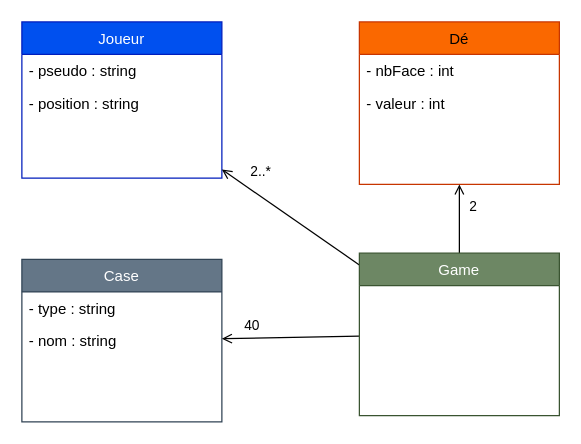
Before: Diagramme/Iteration1.drawio in Stephanethr/TPMonopoli, a draw.io diagram. Source tidied: cells renumbered, new cells numbered last; positions are measured from the earlier drawing's top-left corner, leaving out a move shared by most shapes. Both pictures are drawn from the tidied source at 125%, with x=0, y=0 at pixel (21, 21).
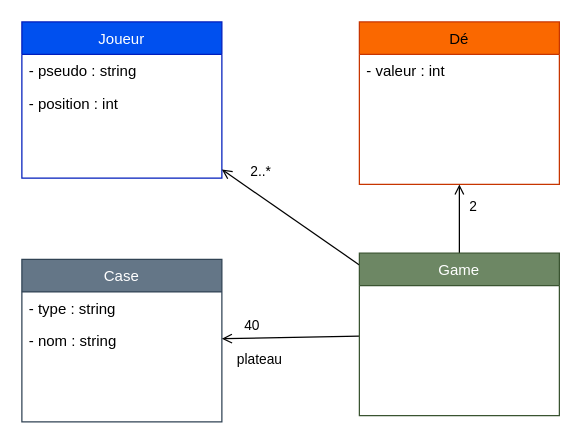
The same diagram, later.

The change refers to these unchanged cells:
```xml
<mxCell id="5" value="Dé" style="swimlane;fontStyle=0;align=center;verticalAlign=top;horizontal=1;startSize=26;rounded=0;shadow=0;strokeWidth=1;fillColor=#fa6800;strokeColor=#C73500;fontColor=#000000;" parent="1" vertex="1">
  <mxGeometry x="270" width="160" height="130" as="geometry" />
</mxCell>
<mxCell id="8" value="Joueur" style="swimlane;fontStyle=0;align=center;verticalAlign=top;horizontal=1;startSize=26;rounded=0;shadow=0;strokeWidth=1;fillColor=#0050ef;fontColor=#ffffff;strokeColor=#001DBC;" parent="1" vertex="1">
  <mxGeometry width="160" height="125" as="geometry" />
</mxCell>
<mxCell id="15" style="edgeStyle=none;html=1;endArrow=open;endFill=0;" parent="1" edge="1" source="17" target="2">
  <mxGeometry relative="1" as="geometry" />
</mxCell>
```

What changed in the source:
```diff
@@
-    <mxCell id="6" value="- nbFace : int" style="text;align=left;verticalAlign=top;spacingLeft=4;spacingRight=4;overflow=hidden;rounded=0;shadow=0;html=0;" parent="5" vertex="1">
-      <mxGeometry y="26" width="160" height="26" as="geometry" />
-    </mxCell>
     <mxCell id="7" value="- valeur : int" style="text;align=left;verticalAlign=top;spacingLeft=4;spacingRight=4;overflow=hidden;rounded=0;shadow=0;html=0;" parent="5" vertex="1">
-      <mxGeometry y="52" width="160" height="26" as="geometry" />
+      <mxGeometry y="26" width="160" height="26" as="geometry" />
     </mxCell>
@@
-    <mxCell id="10" value="- position : string" style="text;align=left;verticalAlign=top;spacingLeft=4;spacingRight=4;overflow=hidden;rounded=0;shadow=0;html=0;" parent="8" vertex="1">
+    <mxCell id="10" value="- position : int" style="text;align=left;verticalAlign=top;spacingLeft=4;spacingRight=4;overflow=hidden;rounded=0;shadow=0;html=0;" parent="8" vertex="1">
       <mxGeometry y="52" width="160" height="26" as="geometry" />
     </mxCell>
@@
+    <mxCell id="18" value="plateau" style="edgeLabel;html=1;align=center;verticalAlign=middle;" parent="15" vertex="1">
+      <mxGeometry x="0.26" y="-1" relative="1" as="geometry">
+        <mxPoint x="-11" y="18" as="offset" />
+      </mxGeometry>
+    </mxCell>
```
